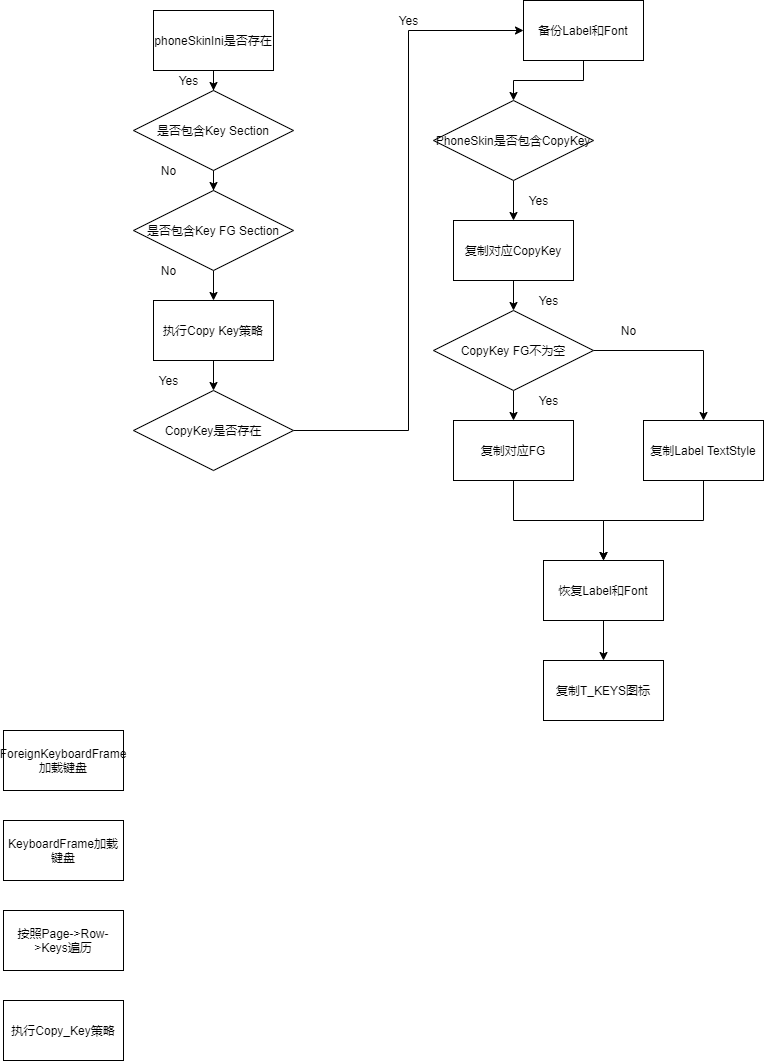
Above: input/Copy_Key_Rectory.png in chonglv/charts (draw.io), before the change. Source tidied: cells renumbered, new cells last; positions are measured from the earlier drawing's top-left corner, leaving out a move shared by most shapes.
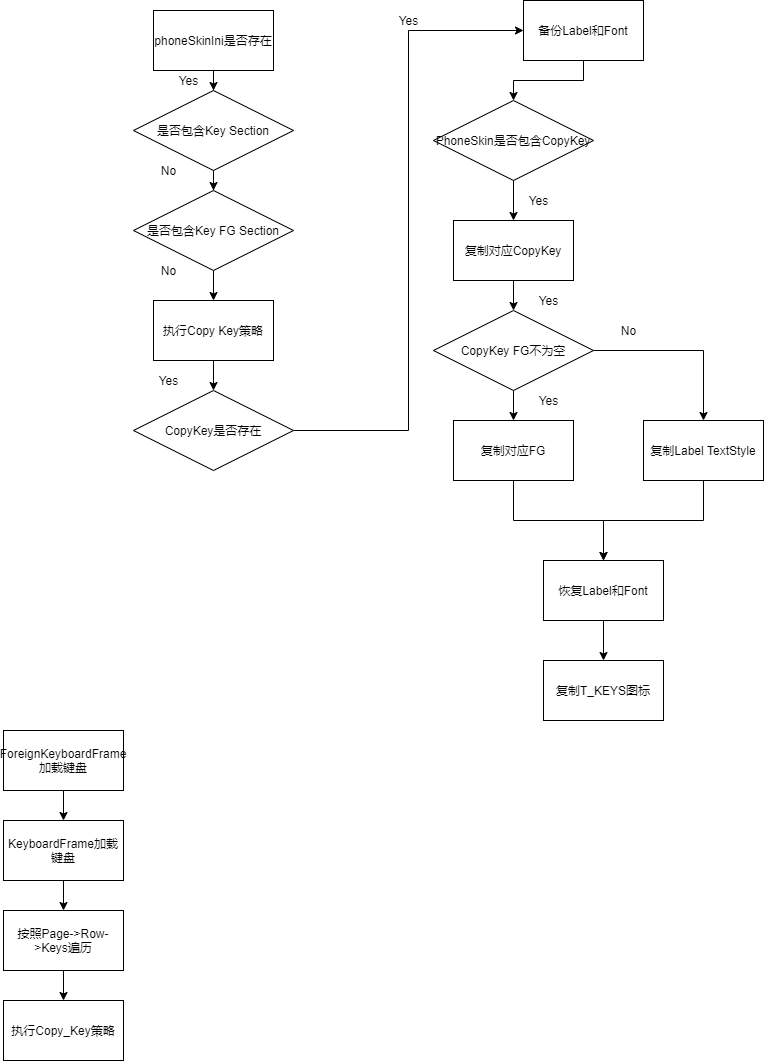
The same file after the commit.

Diff of the diagram source:
```diff
@@ -107,12 +107,21 @@
     <mxCell id="36" value="复制T_KEYS图标" style="rounded=0;whiteSpace=wrap;html=1;" parent="1" vertex="1">
       <mxGeometry x="540" y="660" width="120" height="60" as="geometry" />
     </mxCell>
+    <mxCell id="41" style="edgeStyle=orthogonalEdgeStyle;rounded=0;jettySize=auto;html=1;" parent="1" edge="1" source="37" target="38">
+      <mxGeometry relative="1" as="geometry" />
+    </mxCell>
     <mxCell id="37" value="ForeignKeyboardFrame加载键盘" style="rounded=0;whiteSpace=wrap;html=1;" parent="1" vertex="1">
       <mxGeometry y="730" width="120" height="60" as="geometry" />
     </mxCell>
+    <mxCell id="42" style="edgeStyle=orthogonalEdgeStyle;rounded=0;jettySize=auto;html=1;" parent="1" edge="1" source="38" target="39">
+      <mxGeometry relative="1" as="geometry" />
+    </mxCell>
     <mxCell id="38" value="KeyboardFrame加载键盘" style="rounded=0;whiteSpace=wrap;html=1;" parent="1" vertex="1">
       <mxGeometry y="820" width="120" height="60" as="geometry" />
     </mxCell>
+    <mxCell id="43" style="edgeStyle=orthogonalEdgeStyle;rounded=0;jettySize=auto;html=1;" parent="1" edge="1" source="39" target="40">
+      <mxGeometry relative="1" as="geometry" />
+    </mxCell>
     <mxCell id="39" value="按照Page-&amp;gt;Row-&amp;gt;Keys遍历" style="rounded=0;whiteSpace=wrap;html=1;" parent="1" vertex="1">
       <mxGeometry y="910" width="120" height="60" as="geometry" />
     </mxCell>
```
